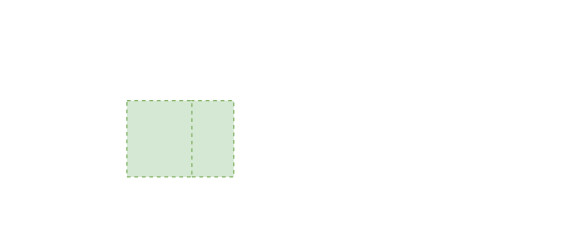
Above: HouseRoof.drawio in algimas/tmp (draw.io), before the change. Source tidied: cells renumbered, new cells numbered last; positions are measured from the earlier drawing's top-left corner, leaving out a move shared by most shapes. Both pictures are drawn from the tidied source at 125%, with x=0, y=0 at pixel (126, 100).
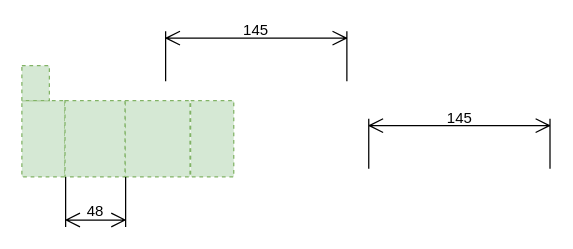
The same diagram, later.

The edit, as a diff of the source:
```diff
@@
 <mxGraphModel>
   <root>
     <mxCell id="0" />
     <mxCell id="1" parent="0" />
     <mxCell id="2" style="rounded=0;whiteSpace=wrap;html=1;fillColor=#d5e8d4;strokeColor=#82b366;dashed=1;" parent="1" vertex="1">
       <mxGeometry x="51" width="34.5" height="61" as="geometry" />
     </mxCell>
-    <mxCell id="3" style="rounded=0;whiteSpace=wrap;html=1;fillColor=#d5e8d4;strokeColor=#82b366;dashed=1;" parent="1" vertex="1">
-      <mxGeometry width="52" height="61" as="geometry" />
-    </mxCell>
+    <mxCell id="4" style="rounded=0;whiteSpace=wrap;html=1;fillColor=#d5e8d4;strokeColor=#82b366;dashed=1;" parent="1" vertex="1">
+      <mxGeometry x="-84" width="34.5" height="61" as="geometry" />
+    </mxCell>
+    <mxCell id="5" style="rounded=0;whiteSpace=wrap;html=1;fillColor=#d5e8d4;strokeColor=#82b366;dashed=1;" parent="1" vertex="1">
+      <mxGeometry x="-84" y="-28" width="22" height="28" as="geometry" />
+    </mxCell>
+    <mxCell id="6" style="rounded=0;whiteSpace=wrap;html=1;fillColor=#d5e8d4;strokeColor=#82b366;dashed=1;" parent="1" vertex="1">
+      <mxGeometry x="-1.5" width="52" height="61" as="geometry" />
+    </mxCell>
+    <mxCell id="7" style="rounded=0;whiteSpace=wrap;html=1;fillColor=#d5e8d4;strokeColor=#82b366;dashed=1;" parent="1" vertex="1">
+      <mxGeometry x="-49.5" width="48" height="61" as="geometry" />
+    </mxCell>
+    <mxCell id="8" value="145" style="shape=dimension;direction=south;whiteSpace=wrap;html=1;align=center;verticalAlign=top;labelBackgroundColor=none;horizontal=0;spacingTop=-15;rotation=90;" parent="1" vertex="1">
+      <mxGeometry x="83.5" y="-108" width="40" height="145" as="geometry" />
+    </mxCell>
+    <mxCell id="9" value="145" style="shape=dimension;direction=south;whiteSpace=wrap;html=1;align=center;verticalAlign=top;labelBackgroundColor=none;horizontal=0;spacingTop=-15;rotation=90;" parent="1" vertex="1">
+      <mxGeometry x="246" y="-38" width="40" height="145" as="geometry" />
+    </mxCell>
+    <mxCell id="10" value="48" style="shape=dimension;whiteSpace=wrap;html=1;align=center;verticalAlign=bottom;spacingBottom=3;labelBackgroundColor=none;" parent="1" vertex="1">
+      <mxGeometry x="-49" y="61" width="48" height="40" as="geometry" />
+    </mxCell>
   </root>
 </mxGraphModel>
```
